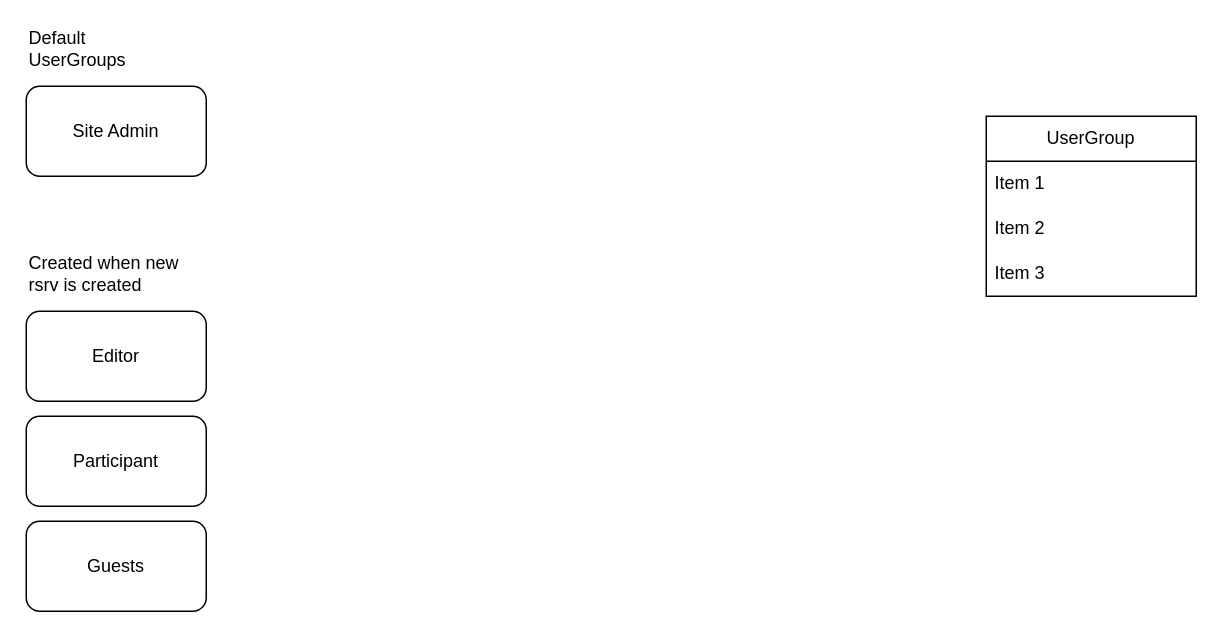
Before: Charts/UserStructure.drawio in kblecc/rsrv-doc, a draw.io diagram. Source tidied: cells renumbered, new cells numbered last; positions are measured from the earlier drawing's top-left corner, leaving out a move shared by most shapes. Both pictures are drawn from the tidied source at 150%, with x=0, y=0 at pixel (26, 26).
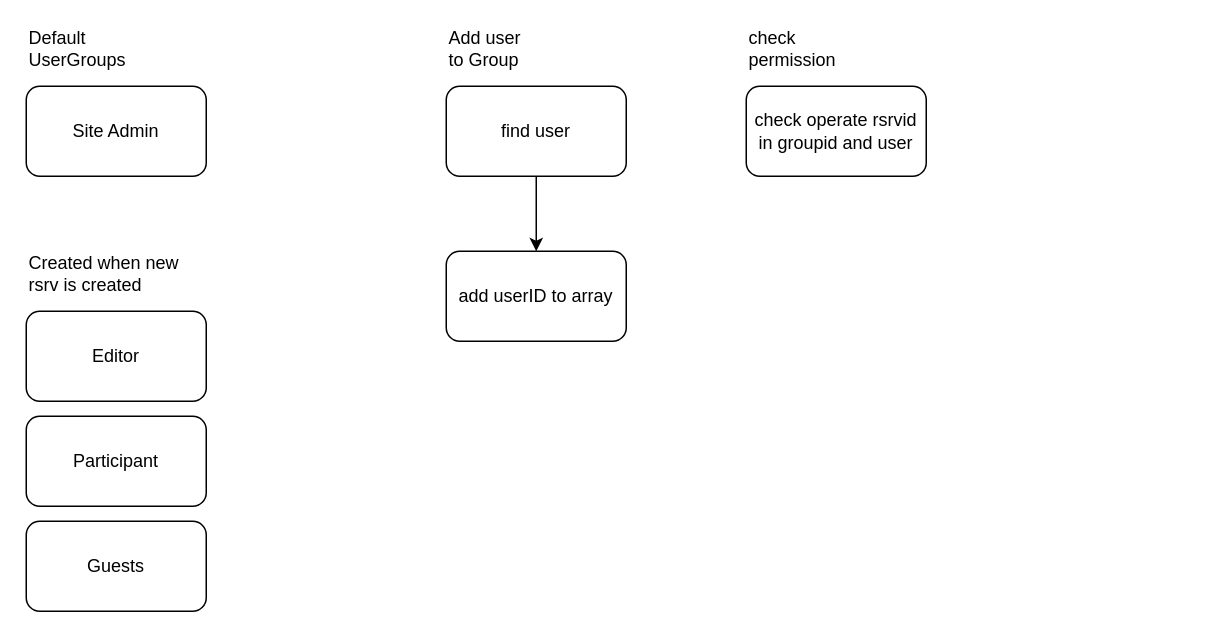
The same diagram, later.

Commit message (it also covers changes not shown here):
update: view, userStructure

Change to the diagram source:
```diff
@@
 <mxGraphModel>
   <root>
     <mxCell id="0" />
     <mxCell id="1" parent="0" />
-    <mxCell id="2" value="UserGroup" style="swimlane;fontStyle=0;horizontal=1;startSize=30;whiteSpace=wrap;html=1;fontFamily=Arial;" parent="1" vertex="1">
-      <mxGeometry x="640" y="60" width="140" height="120" as="geometry" />
-    </mxCell>
-    <mxCell id="3" value="Item 1" style="text;strokeColor=none;fillColor=none;align=left;verticalAlign=middle;spacingLeft=4;spacingRight=4;overflow=hidden;whiteSpace=wrap;html=1;fontFamily=Arial;" parent="2" vertex="1">
-      <mxGeometry y="30" width="140" height="30" as="geometry" />
-    </mxCell>
-    <mxCell id="4" value="Item 2" style="text;strokeColor=none;fillColor=none;align=left;verticalAlign=middle;spacingLeft=4;spacingRight=4;overflow=hidden;whiteSpace=wrap;html=1;fontFamily=Arial;" parent="2" vertex="1">
-      <mxGeometry y="60" width="140" height="30" as="geometry" />
-    </mxCell>
-    <mxCell id="5" value="Item 3" style="text;strokeColor=none;fillColor=none;align=left;verticalAlign=middle;spacingLeft=4;spacingRight=4;overflow=hidden;whiteSpace=wrap;html=1;fontFamily=Arial;" parent="2" vertex="1">
-      <mxGeometry y="90" width="140" height="30" as="geometry" />
-    </mxCell>
     <mxCell id="6" value="Site Admin" style="rounded=1;whiteSpace=wrap;html=1;fontFamily=Arial;" parent="1" vertex="1">
       <mxGeometry y="40" width="120" height="60" as="geometry" />
     </mxCell>
     <mxCell id="7" value="Default UserGroups" style="text;html=1;align=left;verticalAlign=middle;whiteSpace=wrap;rounded=0;fontFamily=Arial;" parent="1" vertex="1">
       <mxGeometry width="60" height="30" as="geometry" />
     </mxCell>
     <mxCell id="8" value="Editor" style="whiteSpace=wrap;html=1;fontFamily=Arial;rounded=1;" parent="1" vertex="1">
       <mxGeometry y="190" width="120" height="60" as="geometry" />
     </mxCell>
     <mxCell id="9" value="Created when new rsrv is created" style="text;html=1;align=left;verticalAlign=middle;whiteSpace=wrap;rounded=0;fontFamily=Arial;" parent="1" vertex="1">
       <mxGeometry y="150" width="120" height="30" as="geometry" />
     </mxCell>
     <mxCell id="10" value="Participant" style="whiteSpace=wrap;html=1;fontFamily=Arial;rounded=1;" parent="1" vertex="1">
       <mxGeometry y="260" width="120" height="60" as="geometry" />
     </mxCell>
     <mxCell id="11" value="Guests" style="whiteSpace=wrap;html=1;fontFamily=Arial;rounded=1;" parent="1" vertex="1">
       <mxGeometry y="330" width="120" height="60" as="geometry" />
     </mxCell>
+    <mxCell id="12" style="edgeStyle=orthogonalEdgeStyle;rounded=0;jettySize=auto;html=1;" parent="1" edge="1" source="13" target="15">
+      <mxGeometry relative="1" as="geometry" />
+    </mxCell>
+    <mxCell id="13" value="find user" style="rounded=1;whiteSpace=wrap;html=1;" parent="1" vertex="1">
+      <mxGeometry x="280" y="40" width="120" height="60" as="geometry" />
+    </mxCell>
+    <mxCell id="14" value="Add user to Group" style="text;html=1;align=left;verticalAlign=middle;whiteSpace=wrap;rounded=0;fontFamily=Arial;" parent="1" vertex="1">
+      <mxGeometry x="280" width="60" height="30" as="geometry" />
+    </mxCell>
+    <mxCell id="15" value="add userID to array" style="rounded=1;whiteSpace=wrap;html=1;" parent="1" vertex="1">
+      <mxGeometry x="280" y="150" width="120" height="60" as="geometry" />
+    </mxCell>
+    <mxCell id="16" value="check operate rsrvid in groupid and user" style="rounded=1;whiteSpace=wrap;html=1;" parent="1" vertex="1">
+      <mxGeometry x="480" y="40" width="120" height="60" as="geometry" />
+    </mxCell>
+    <mxCell id="17" value="check permission" style="text;html=1;align=left;verticalAlign=middle;whiteSpace=wrap;rounded=0;fontFamily=Arial;" parent="1" vertex="1">
+      <mxGeometry x="480" width="60" height="30" as="geometry" />
+    </mxCell>
   </root>
 </mxGraphModel>
```
